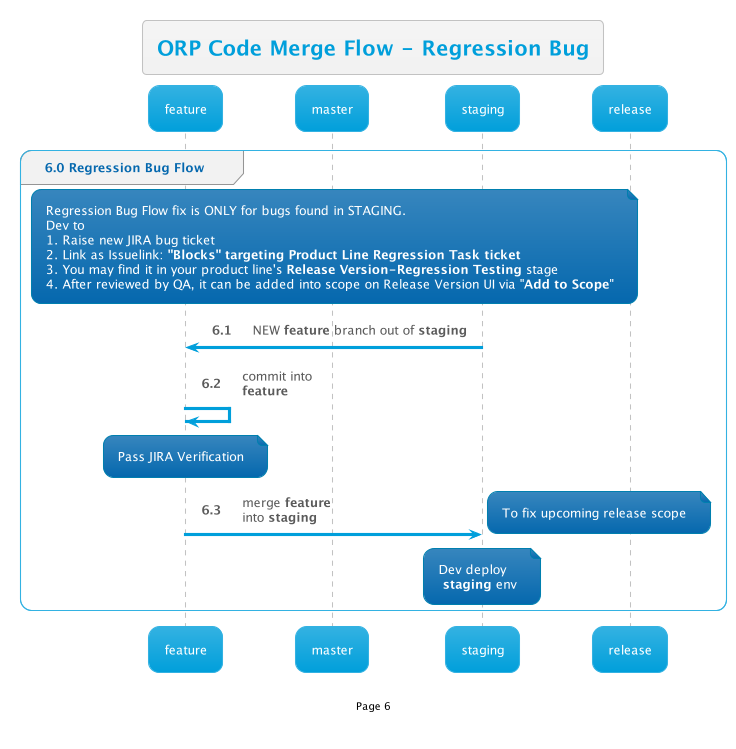
The PlantUML diagram out/RegularRelease/CodeMergeFlow/6/6.png in thetomitomo/diagrams, before a commit.
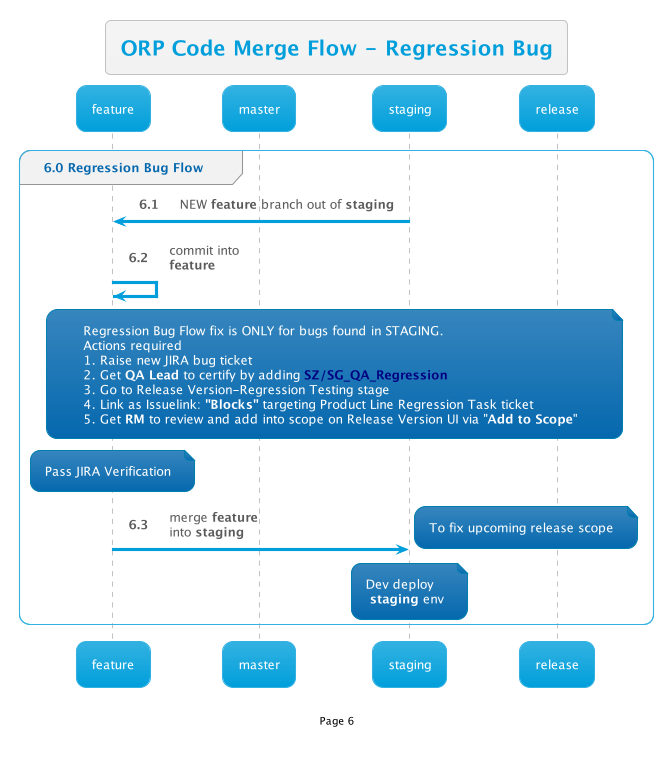
The same file after the commit.

Commit message:
update regr flow

Diff of the diagram source:
```diff
@@ -5,10 +5,10 @@
 title ORP Code Merge Flow - Regression Bug
 
 group 6.0 Regression Bug Flow
-    note over feature, staging : Regression Bug Flow fix is ONLY for bugs found in STAGING.\nDev to\n1. Raise new JIRA bug ticket\n2. Link as Issuelink: <b>"Blocks"<b> targeting Product Line Regression Task ticket\n3. You may find it in your product line's <b>Release Version-Regression Testing</b> stage\n4. After reviewed by QA, it can be added into scope on Release Version UI via "<b>Add to Scope</b>"
     staging -> feature: NEW <b>feature</b> branch out of <b>staging</b>
 
     feature -> feature: commit into\n<b>feature</b>
+    note over feature, release : Regression Bug Flow fix is ONLY for bugs found in STAGING.\nActions required\n1. Raise new JIRA bug ticket\n2. Get <b>QA Lead</b> to certify by adding <b><color #Navy>SZ/SG_QA_Regression</color></b> \n3. Go to Release Version-Regression Testing stage\n4. Link as Issuelink: <b>"Blocks"</b> targeting Product Line Regression Task ticket\n5. Get <b>RM</b> to review and add into scope on Release Version UI via "<b>Add to Scope</b>"
     note over feature: Pass JIRA Verification
 
     feature -> staging: merge <b>feature</b>\ninto <b>staging</b>
```
